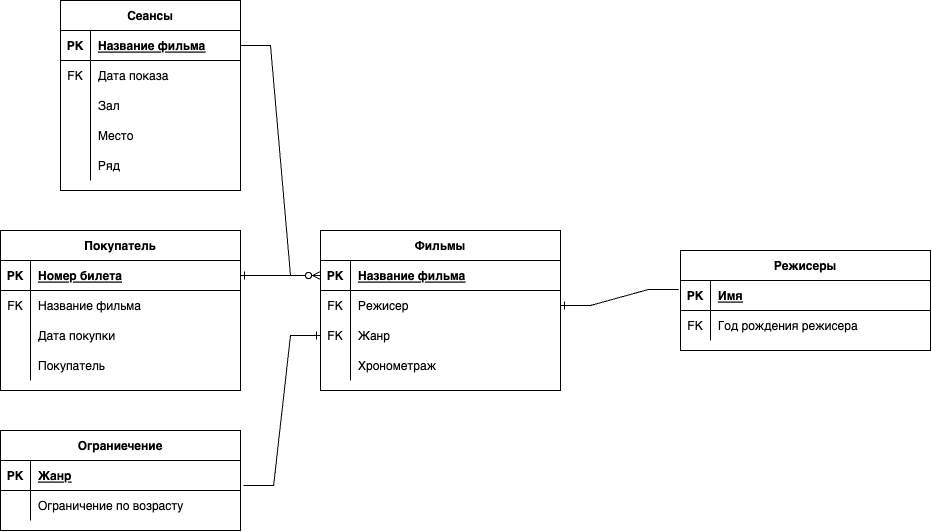
The draw.io diagram part1/Кинотеатр.drawio.png in Kolesa-Education/kolesa-upgrade-homework-4, before a commit. Source tidied: cells renumbered, new cells last; positions are measured from the earlier drawing's top-left corner, leaving out a move shared by most shapes.
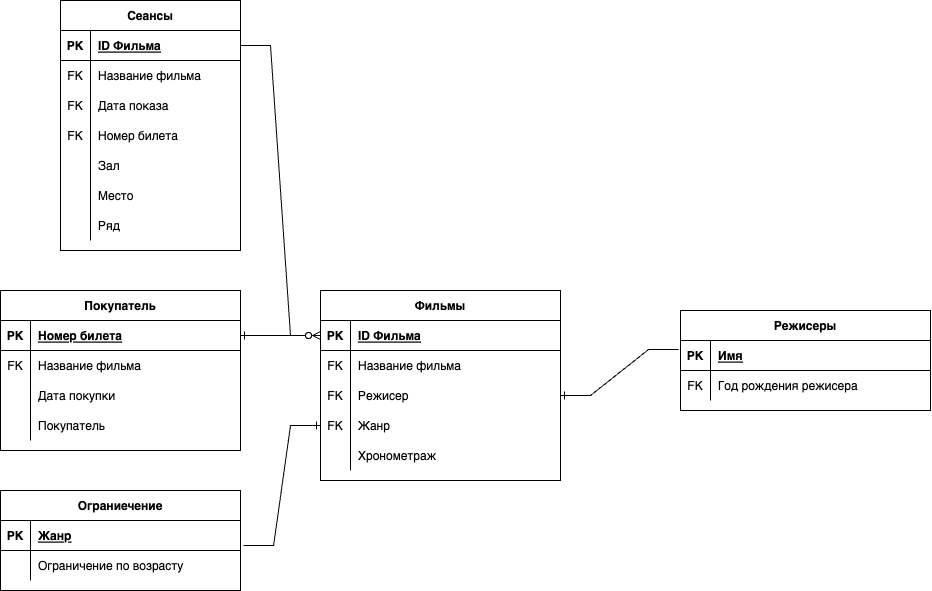
After the change.

Diff of the diagram source:
```diff
@@ -6,7 +6,7 @@
       <mxGeometry relative="1" as="geometry" />
     </mxCell>
     <mxCell id="3" value="Фильмы" style="shape=table;startSize=30;rowLines=0;fontStyle=1;align=center;" parent="1" vertex="1">
-      <mxGeometry x="320" y="230" width="240" height="160" as="geometry" />
+      <mxGeometry x="320" y="230" width="240" height="190" as="geometry" />
     </mxCell>
     <mxCell id="4" style="shape=partialRectangle;fillColor=none;points=[[0,0.5],[1,0.5]];portConstraint=eastwest;top=0;left=0;right=0;bottom=1;" parent="3" vertex="1">
       <mxGeometry y="30" width="240" height="30" as="geometry" />
@@ -14,11 +14,20 @@
     <mxCell id="5" value="PK" style="shape=partialRectangle;overflow=hidden;fillColor=none;top=0;left=0;bottom=0;right=0;fontStyle=1;" parent="4" vertex="1">
       <mxGeometry width="30" height="30" as="geometry" />
     </mxCell>
-    <mxCell id="6" value="Название фильма" style="shape=partialRectangle;overflow=hidden;fillColor=none;top=0;left=0;bottom=0;right=0;align=left;spacingLeft=6;fontStyle=5;" parent="4" vertex="1">
+    <mxCell id="6" value="ID Фильма" style="shape=partialRectangle;overflow=hidden;fillColor=none;top=0;left=0;bottom=0;right=0;align=left;spacingLeft=6;fontStyle=5;" parent="4" vertex="1">
       <mxGeometry x="30" width="210" height="30" as="geometry" />
     </mxCell>
+    <mxCell id="62" style="shape=tableRow;horizontal=0;startSize=0;swimlaneHead=0;swimlaneBody=0;fillColor=none;top=0;left=0;right=0;bottom=0;" parent="3" vertex="1">
+      <mxGeometry y="60" width="240" height="30" as="geometry" />
+    </mxCell>
+    <mxCell id="63" value="FK" style="shape=partialRectangle;fillColor=none;top=0;left=0;bottom=0;right=0;fontStyle=0;overflow=hidden;" parent="62" vertex="1">
+      <mxGeometry width="30" height="30" as="geometry" />
+    </mxCell>
+    <mxCell id="64" value="Название фильма" style="shape=partialRectangle;fillColor=none;top=0;left=0;bottom=0;right=0;align=left;spacingLeft=6;fontStyle=0;overflow=hidden;" parent="62" vertex="1">
+      <mxGeometry x="30" width="210" height="30" as="geometry" />
+    </mxCell>
     <mxCell id="7" style="shape=tableRow;horizontal=0;startSize=0;swimlaneHead=0;swimlaneBody=0;fillColor=none;points=[[0,0.5],[1,0.5]];portConstraint=eastwest;top=0;left=0;right=0;bottom=0;" parent="3" vertex="1">
-      <mxGeometry y="60" width="240" height="30" as="geometry" />
+      <mxGeometry y="90" width="240" height="30" as="geometry" />
     </mxCell>
     <mxCell id="8" value="FK" style="shape=partialRectangle;fillColor=none;top=0;left=0;bottom=0;right=0;fontStyle=0;overflow=hidden;" parent="7" vertex="1">
       <mxGeometry width="30" height="30" as="geometry" />
@@ -27,7 +36,7 @@
       <mxGeometry x="30" width="210" height="30" as="geometry" />
     </mxCell>
     <mxCell id="10" style="shape=partialRectangle;fillColor=none;points=[[0,0.5],[1,0.5]];portConstraint=eastwest;top=0;left=0;right=0;bottom=0;" parent="3" vertex="1">
-      <mxGeometry y="90" width="240" height="30" as="geometry" />
+      <mxGeometry y="120" width="240" height="30" as="geometry" />
     </mxCell>
     <mxCell id="11" value="FK" style="shape=partialRectangle;overflow=hidden;fillColor=none;top=0;left=0;bottom=0;right=0;" parent="10" vertex="1">
       <mxGeometry width="30" height="30" as="geometry" />
@@ -36,7 +45,7 @@
       <mxGeometry x="30" width="210" height="30" as="geometry" />
     </mxCell>
     <mxCell id="13" style="shape=partialRectangle;fillColor=none;top=0;left=0;right=0;bottom=0;" parent="3" vertex="1">
-      <mxGeometry y="120" width="240" height="30" as="geometry" />
+      <mxGeometry y="150" width="240" height="30" as="geometry" />
     </mxCell>
     <mxCell id="14" style="shape=partialRectangle;overflow=hidden;fillColor=none;top=0;left=0;bottom=0;right=0;" parent="13" vertex="1">
       <mxGeometry width="30" height="30" as="geometry" />
@@ -126,7 +135,7 @@
       <mxGeometry x="30" width="210" height="30" as="geometry" />
     </mxCell>
     <mxCell id="43" value="Сеансы" style="shape=table;startSize=30;rowLines=0;fontStyle=1;align=center;" parent="1" vertex="1">
-      <mxGeometry x="60" width="180" height="190" as="geometry" />
+      <mxGeometry x="60" y="-60" width="180" height="250" as="geometry" />
     </mxCell>
     <mxCell id="44" style="shape=tableRow;horizontal=0;startSize=0;swimlaneHead=0;swimlaneBody=0;fillColor=none;points=[[0,0.5],[1,0.5]];portConstraint=eastwest;top=0;left=0;right=0;bottom=1;" parent="43" vertex="1">
       <mxGeometry y="30" width="180" height="30" as="geometry" />
@@ -134,11 +143,20 @@
     <mxCell id="45" value="PK" style="shape=partialRectangle;fillColor=none;top=0;left=0;bottom=0;right=0;fontStyle=1;overflow=hidden;" parent="44" vertex="1">
       <mxGeometry width="30" height="30" as="geometry" />
     </mxCell>
-    <mxCell id="46" value="Название фильма" style="shape=partialRectangle;fillColor=none;top=0;left=0;bottom=0;right=0;align=left;spacingLeft=6;fontStyle=5;overflow=hidden;" parent="44" vertex="1">
+    <mxCell id="46" value="ID Фильма" style="shape=partialRectangle;fillColor=none;top=0;left=0;bottom=0;right=0;align=left;spacingLeft=6;fontStyle=5;overflow=hidden;" parent="44" vertex="1">
       <mxGeometry x="30" width="150" height="30" as="geometry" />
     </mxCell>
+    <mxCell id="65" style="shape=tableRow;horizontal=0;startSize=0;swimlaneHead=0;swimlaneBody=0;fillColor=none;top=0;left=0;right=0;bottom=0;" parent="43" vertex="1">
+      <mxGeometry y="60" width="180" height="30" as="geometry" />
+    </mxCell>
+    <mxCell id="66" value="FK" style="shape=partialRectangle;fillColor=none;top=0;left=0;bottom=0;right=0;fontStyle=0;overflow=hidden;" parent="65" vertex="1">
+      <mxGeometry width="30" height="30" as="geometry" />
+    </mxCell>
+    <mxCell id="67" value="Название фильма" style="shape=partialRectangle;fillColor=none;top=0;left=0;bottom=0;right=0;align=left;spacingLeft=6;fontStyle=0;overflow=hidden;" parent="65" vertex="1">
+      <mxGeometry x="30" width="150" height="30" as="geometry" />
+    </mxCell>
     <mxCell id="47" style="shape=tableRow;horizontal=0;startSize=0;swimlaneHead=0;swimlaneBody=0;fillColor=none;top=0;left=0;right=0;bottom=0;" parent="43" vertex="1">
-      <mxGeometry y="60" width="180" height="30" as="geometry" />
+      <mxGeometry y="90" width="180" height="30" as="geometry" />
     </mxCell>
     <mxCell id="48" value="FK" style="shape=partialRectangle;fillColor=none;top=0;left=0;bottom=0;right=0;overflow=hidden;" parent="47" vertex="1">
       <mxGeometry width="30" height="30" as="geometry" />
@@ -146,8 +164,17 @@
     <mxCell id="49" value="Дата показа" style="shape=partialRectangle;fillColor=none;top=0;left=0;bottom=0;right=0;align=left;spacingLeft=6;overflow=hidden;" parent="47" vertex="1">
       <mxGeometry x="30" width="150" height="30" as="geometry" />
     </mxCell>
+    <mxCell id="68" style="shape=tableRow;horizontal=0;startSize=0;swimlaneHead=0;swimlaneBody=0;fillColor=none;top=0;left=0;right=0;bottom=0;" parent="43" vertex="1">
+      <mxGeometry y="120" width="180" height="30" as="geometry" />
+    </mxCell>
+    <mxCell id="69" value="FK" style="shape=partialRectangle;fillColor=none;top=0;left=0;bottom=0;right=0;fontStyle=0;overflow=hidden;" parent="68" vertex="1">
+      <mxGeometry width="30" height="30" as="geometry" />
+    </mxCell>
+    <mxCell id="70" value="Номер билета" style="shape=partialRectangle;fillColor=none;top=0;left=0;bottom=0;right=0;align=left;spacingLeft=6;fontStyle=0;overflow=hidden;" parent="68" vertex="1">
+      <mxGeometry x="30" width="150" height="30" as="geometry" />
+    </mxCell>
     <mxCell id="50" style="shape=tableRow;horizontal=0;startSize=0;swimlaneHead=0;swimlaneBody=0;fillColor=none;top=0;left=0;right=0;bottom=0;" parent="43" vertex="1">
-      <mxGeometry y="90" width="180" height="30" as="geometry" />
+      <mxGeometry y="150" width="180" height="30" as="geometry" />
     </mxCell>
     <mxCell id="51" style="shape=partialRectangle;fillColor=none;top=0;left=0;bottom=0;right=0;overflow=hidden;" parent="50" vertex="1">
       <mxGeometry width="30" height="30" as="geometry" />
@@ -156,7 +183,7 @@
       <mxGeometry x="30" width="150" height="30" as="geometry" />
     </mxCell>
     <mxCell id="53" style="shape=tableRow;horizontal=0;startSize=0;swimlaneHead=0;swimlaneBody=0;fillColor=none;top=0;left=0;right=0;bottom=0;" parent="43" vertex="1">
-      <mxGeometry y="120" width="180" height="30" as="geometry" />
+      <mxGeometry y="180" width="180" height="30" as="geometry" />
     </mxCell>
     <mxCell id="54" style="shape=partialRectangle;fillColor=none;top=0;left=0;bottom=0;right=0;fontStyle=0;overflow=hidden;" parent="53" vertex="1">
       <mxGeometry width="30" height="30" as="geometry" />
@@ -165,7 +192,7 @@
       <mxGeometry x="30" width="150" height="30" as="geometry" />
     </mxCell>
     <mxCell id="56" style="shape=tableRow;horizontal=0;startSize=0;swimlaneHead=0;swimlaneBody=0;fillColor=none;top=0;left=0;right=0;bottom=0;" parent="43" vertex="1">
-      <mxGeometry y="150" width="180" height="30" as="geometry" />
+      <mxGeometry y="210" width="180" height="30" as="geometry" />
     </mxCell>
     <mxCell id="57" style="shape=partialRectangle;fillColor=none;top=0;left=0;bottom=0;right=0;overflow=hidden;" parent="56" vertex="1">
       <mxGeometry width="30" height="30" as="geometry" />
```
